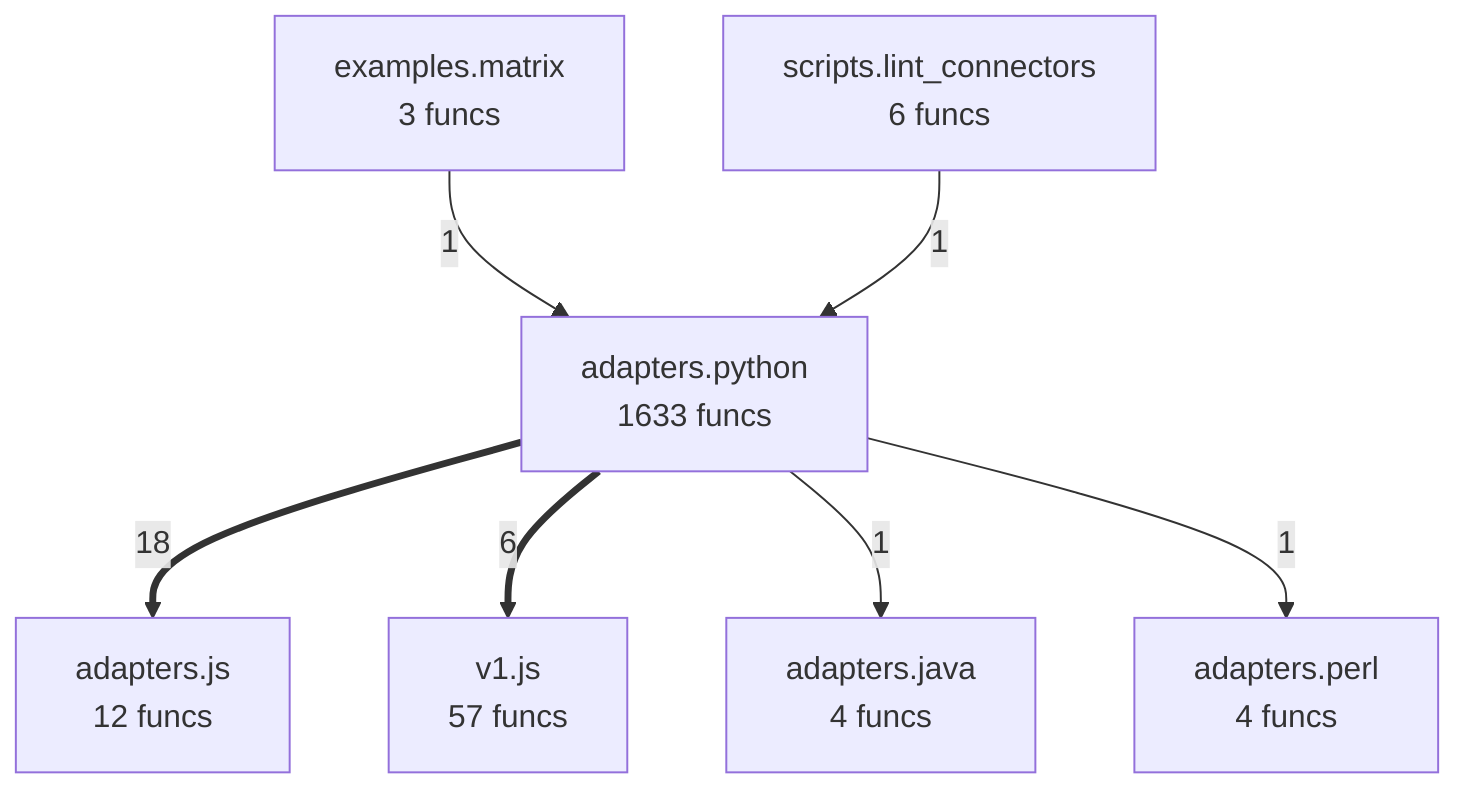
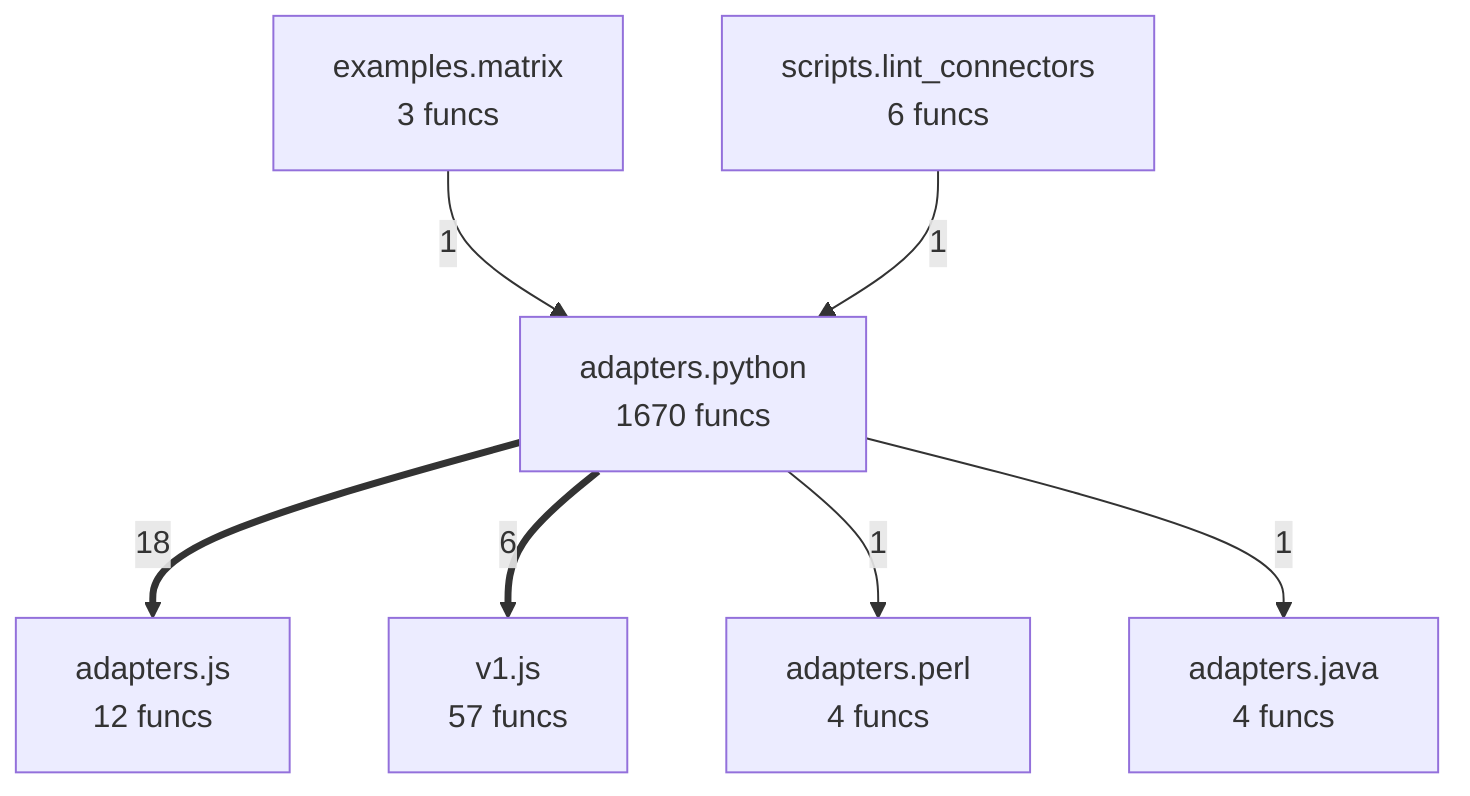
flowchart TD
%% generated in 0.04s
    adapters__java["adapters.java<br/>4 funcs"]
    adapters__js["adapters.js<br/>12 funcs"]
    adapters__perl["adapters.perl<br/>4 funcs"]
-     adapters__python["adapters.python<br/>1633 funcs"]
+     adapters__python["adapters.python<br/>1670 funcs"]
    examples__matrix["examples.matrix<br/>3 funcs"]
    scripts__lint_connectors["scripts.lint_connectors<br/>6 funcs"]
    v1__js["v1.js<br/>57 funcs"]
    adapters__python ==>|18| adapters__js
    adapters__python ==>|6| v1__js
    examples__matrix -->|1| adapters__python
    scripts__lint_connectors -->|1| adapters__python
+     adapters__python -->|1| adapters__perl
    adapters__python -->|1| adapters__java
-     adapters__python -->|1| adapters__perl
